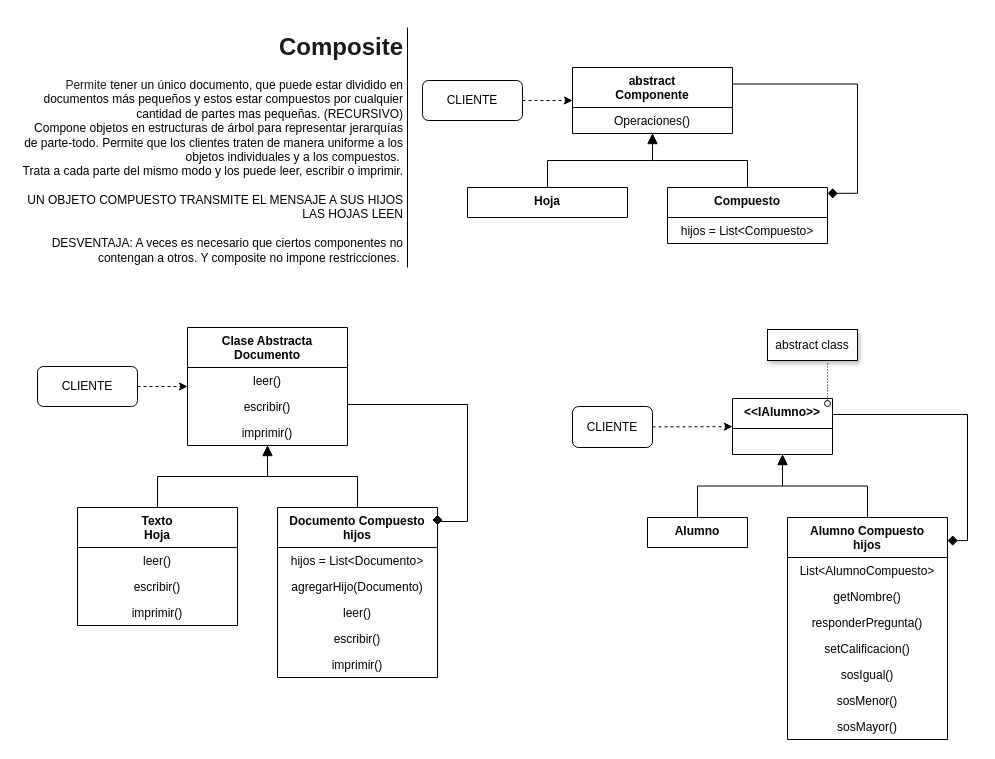
Above: page "6 Composite" (1 of 2) of Clase6.drawio in veroyols/I3007_patrones_de_disenio (draw.io), before the change. Source tidied: cells renumbered, new cells numbered last; positions are measured from the earlier drawing's top-left corner, leaving out a move shared by most shapes. Both pictures are drawn from the tidied source at 100%, with x=0, y=0 at pixel (17, 27).
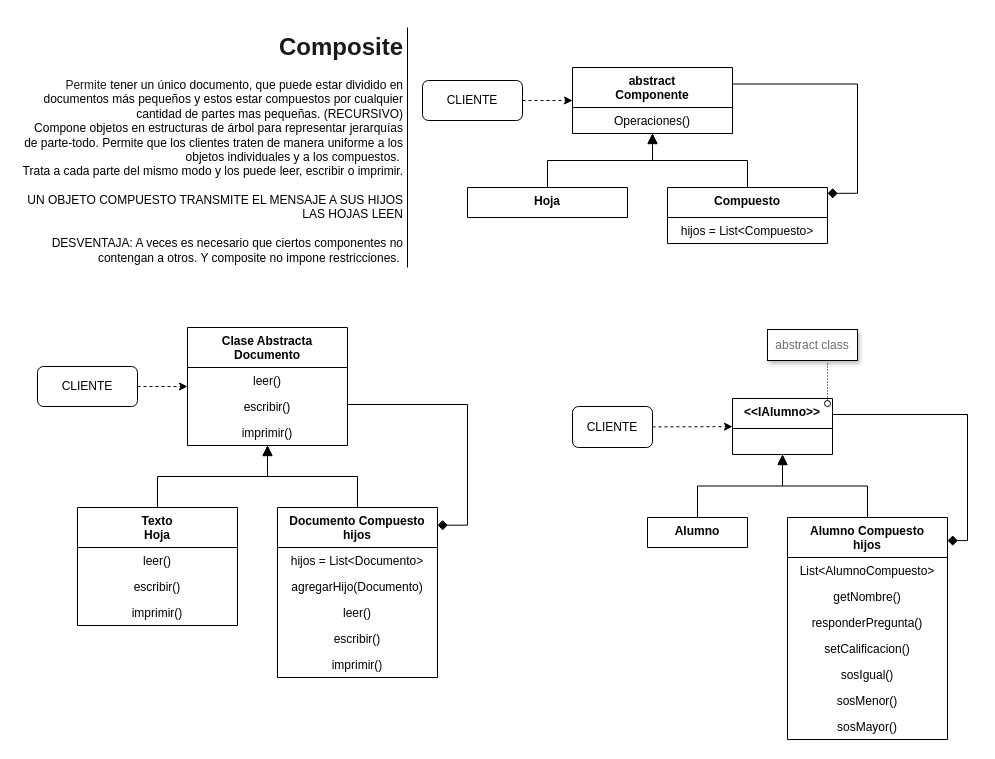
The same diagram, later.

Unchanged cells that the change refers to:
```xml
<mxCell id="14" value="Clase Abstracta &#10;Documento" style="swimlane;fontStyle=1;align=center;verticalAlign=top;horizontal=1;startSize=40;" parent="1" vertex="1">
  <mxGeometry x="170" y="300" width="160" height="118" as="geometry" />
</mxCell>
<mxCell id="20" value="Documento Compuesto&#10;hijos" style="swimlane;fontStyle=1;align=center;verticalAlign=top;horizontal=1;startSize=40;" parent="1" vertex="1">
  <mxGeometry x="260" y="480" width="160" height="170" as="geometry" />
</mxCell>
```

Change to the diagram source:
```diff
@@
     <mxCell id="31" style="endArrow=diamond;html=1;endFill=1;endSize=8;exitX=1;exitY=0.25;exitDx=0;exitDy=0;edgeStyle=orthogonalEdgeStyle;rounded=0;entryX=1;entryY=0.104;entryDx=0;entryDy=0;entryPerimeter=0;" parent="1" edge="1" source="14" target="20">
       <mxGeometry relative="1" as="geometry">
         <Array as="points">
+          <mxPoint x="330" y="377" />
           <mxPoint x="450" y="377" />
-          <mxPoint x="450" y="494" />
+          <mxPoint x="450" y="498" />
         </Array>
       </mxGeometry>
     </mxCell>
@@
-    <mxCell id="48" value="abstract class" style="rounded=0;whiteSpace=wrap;html=1;align=center;shadow=1;" parent="1" vertex="1">
+    <mxCell id="48" value="abstract class" style="rounded=0;whiteSpace=wrap;html=1;align=center;shadow=1;fontColor=#6B6B6B;" parent="1" vertex="1">
       <mxGeometry x="750" y="302" width="90" height="31" as="geometry" />
     </mxCell>
```
